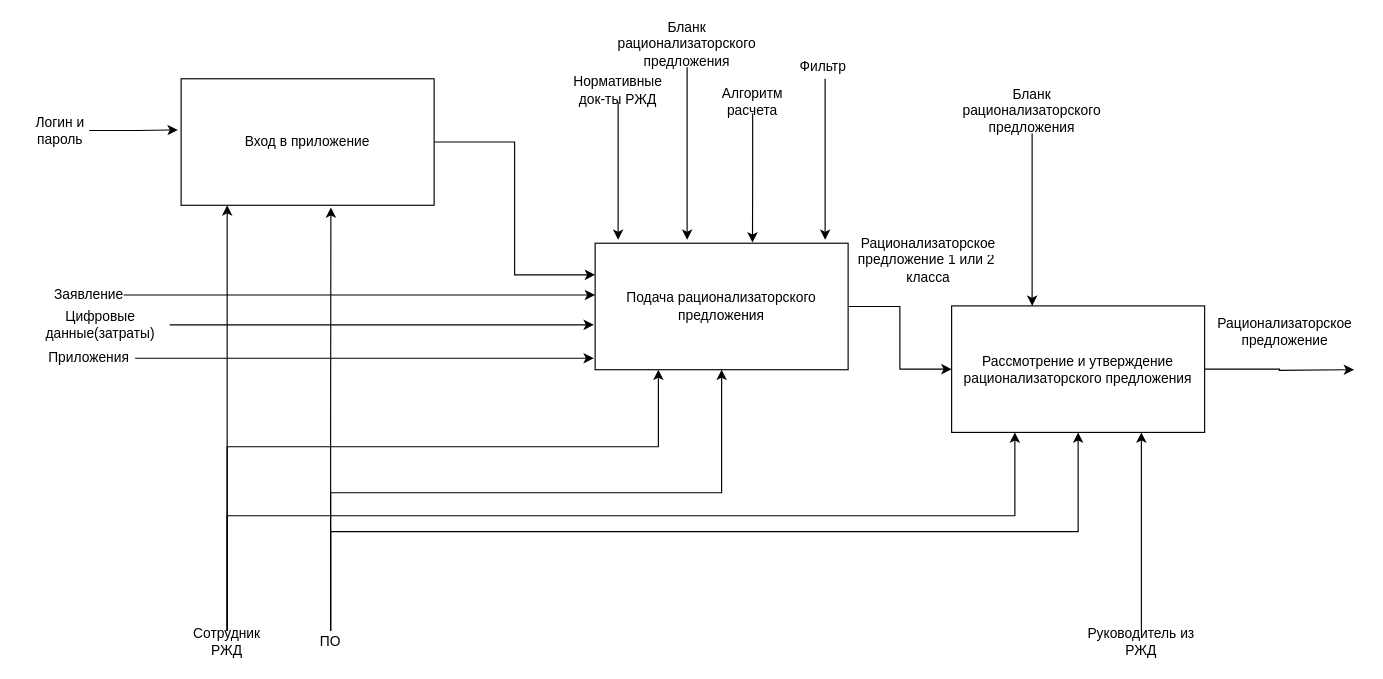
Before: page "IDEF0 декомпозиция" (2 of 5) of IDEF0.drawio in Ideas-maker/diagram, a draw.io diagram. Source tidied: cells renumbered, new cells numbered last; positions are measured from the earlier drawing's top-left corner, leaving out a move shared by most shapes. Both pictures are drawn from the tidied source at 115%, with x=0, y=0 at pixel (31, 21).
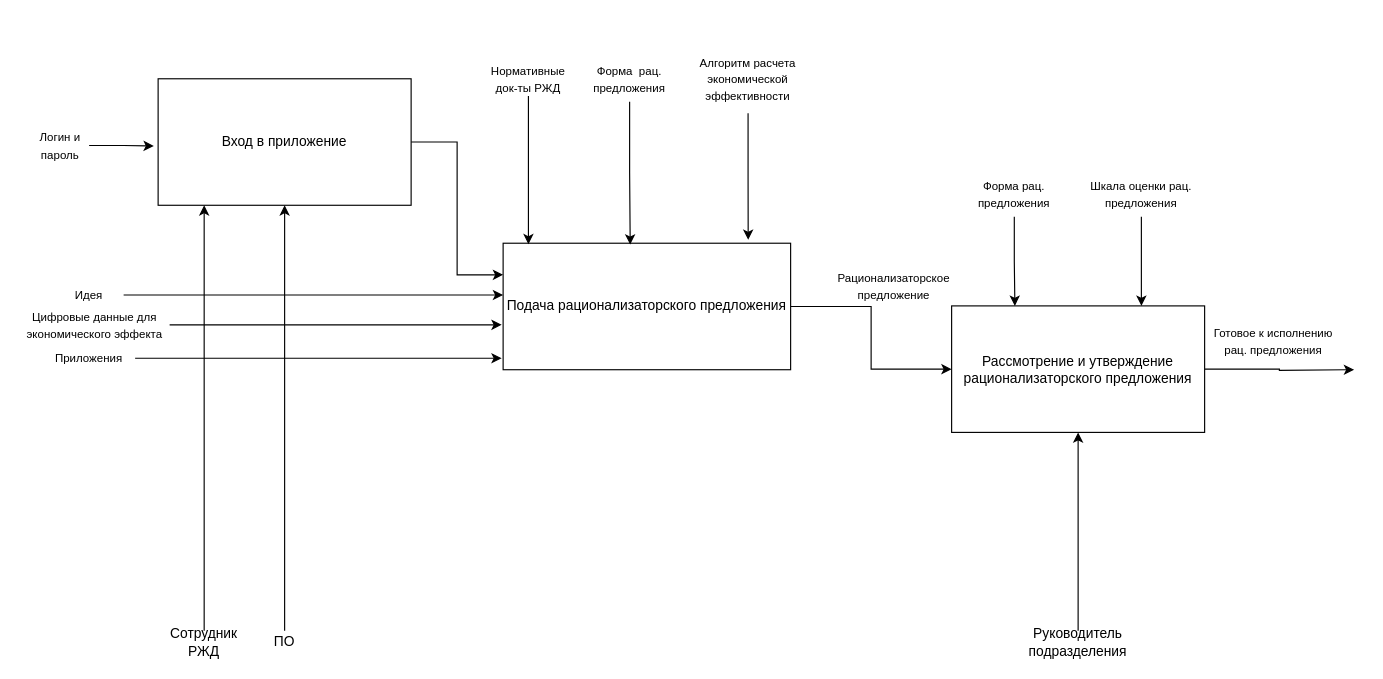
The same page after the edit.

Unchanged cells that the change refers to:
```xml
<mxCell id="7" value="&lt;font style=&quot;font-size: 12px&quot;&gt;Рассмотрение и утверждение рационализаторского предложения&lt;/font&gt;" style="rounded=0;whiteSpace=wrap;html=1;fontSize=10;" parent="1" vertex="1">
  <mxGeometry x="800" y="247.5" width="220" height="110" as="geometry" />
</mxCell>
```

What changed in the source:
```diff
@@
     <mxCell id="3" value="&lt;font style=&quot;font-size: 12px&quot;&gt;Вход в приложение&lt;/font&gt;" style="rounded=0;whiteSpace=wrap;html=1;fontSize=10;" parent="1" vertex="1">
-      <mxGeometry x="130" y="50" width="220" height="110" as="geometry" />
+      <mxGeometry x="110" y="50" width="220" height="110" as="geometry" />
     </mxCell>
@@
     <mxCell id="5" value="&lt;font style=&quot;font-size: 12px&quot;&gt;Подача рационализаторского предложения&lt;/font&gt;" style="rounded=0;whiteSpace=wrap;html=1;fontSize=10;" parent="1" vertex="1">
-      <mxGeometry x="490" y="193" width="220" height="110" as="geometry" />
+      <mxGeometry x="410" y="193" width="250" height="110" as="geometry" />
     </mxCell>
@@
-    <mxCell id="8" style="edgeStyle=orthogonalEdgeStyle;rounded=0;jettySize=auto;html=1;exitX=1;exitY=0.5;exitDx=0;exitDy=0;entryX=-0.013;entryY=0.404;entryDx=0;entryDy=0;entryPerimeter=0;fontSize=10;" parent="1" edge="1" source="9" target="3">
+    <mxCell id="8" style="edgeStyle=orthogonalEdgeStyle;rounded=0;jettySize=auto;html=1;exitX=1;exitY=0.5;exitDx=0;exitDy=0;fontSize=10;entryX=-0.017;entryY=0.532;entryDx=0;entryDy=0;entryPerimeter=0;" parent="1" edge="1" source="9" target="3">
       <mxGeometry relative="1" as="geometry" />
     </mxCell>
-    <mxCell id="9" value="Логин и пароль" style="text;html=1;strokeColor=none;fillColor=none;align=center;verticalAlign=middle;whiteSpace=wrap;rounded=0;fontSize=12;" parent="1" vertex="1">
-      <mxGeometry y="85" width="50" height="20" as="geometry" />
+    <mxCell id="9" value="&lt;font style=&quot;font-size: 10px&quot;&gt;Логин и пароль&lt;/font&gt;" style="text;html=1;strokeColor=none;fillColor=none;align=center;verticalAlign=middle;whiteSpace=wrap;rounded=0;fontSize=12;" parent="1" vertex="1">
+      <mxGeometry y="98" width="50" height="20" as="geometry" />
     </mxCell>
@@
-    <mxCell id="11" style="edgeStyle=orthogonalEdgeStyle;rounded=0;jettySize=auto;html=1;exitX=0.5;exitY=0;exitDx=0;exitDy=0;entryX=0.25;entryY=1;entryDx=0;entryDy=0;fontSize=12;" parent="1" edge="1" source="13" target="5">
-      <mxGeometry relative="1" as="geometry">
-        <Array as="points">
-          <mxPoint x="170" y="370" />
-          <mxPoint x="545" y="370" />
-        </Array>
-      </mxGeometry>
-    </mxCell>
-    <mxCell id="12" style="edgeStyle=orthogonalEdgeStyle;rounded=0;jettySize=auto;html=1;exitX=0.5;exitY=0;exitDx=0;exitDy=0;entryX=0.25;entryY=1;entryDx=0;entryDy=0;fontSize=12;" parent="1" edge="1" source="13" target="7">
-      <mxGeometry relative="1" as="geometry">
-        <Array as="points">
-          <mxPoint x="170" y="430" />
-          <mxPoint x="855" y="430" />
-        </Array>
-      </mxGeometry>
-    </mxCell>
     <mxCell id="13" value="Сотрудник РЖД" style="text;html=1;strokeColor=none;fillColor=none;align=center;verticalAlign=middle;whiteSpace=wrap;rounded=0;fontSize=12;" parent="1" vertex="1">
-      <mxGeometry x="150" y="530" width="40" height="20" as="geometry" />
+      <mxGeometry x="130" y="530" width="40" height="20" as="geometry" />
     </mxCell>
-    <mxCell id="14" style="edgeStyle=orthogonalEdgeStyle;rounded=0;jettySize=auto;html=1;exitX=0.5;exitY=0;exitDx=0;exitDy=0;entryX=0.592;entryY=1.017;entryDx=0;entryDy=0;entryPerimeter=0;fontSize=12;" parent="1" edge="1" source="17" target="3">
+    <mxCell id="14" style="edgeStyle=orthogonalEdgeStyle;rounded=0;jettySize=auto;html=1;exitX=0.5;exitY=0;exitDx=0;exitDy=0;fontSize=10;" parent="1" edge="1" source="17" target="3">
       <mxGeometry relative="1" as="geometry" />
     </mxCell>
-    <mxCell id="15" style="edgeStyle=orthogonalEdgeStyle;rounded=0;jettySize=auto;html=1;exitX=0.5;exitY=0;exitDx=0;exitDy=0;fontSize=12;" parent="1" edge="1" source="17" target="5">
-      <mxGeometry relative="1" as="geometry">
-        <Array as="points">
-          <mxPoint x="260" y="410" />
-          <mxPoint x="600" y="410" />
-        </Array>
-      </mxGeometry>
-    </mxCell>
-    <mxCell id="16" style="edgeStyle=orthogonalEdgeStyle;rounded=0;jettySize=auto;html=1;exitX=0.5;exitY=0;exitDx=0;exitDy=0;entryX=0.5;entryY=1;entryDx=0;entryDy=0;fontSize=12;" parent="1" edge="1" source="17" target="7">
-      <mxGeometry relative="1" as="geometry" />
-    </mxCell>
     <mxCell id="17" value="ПО" style="text;html=1;strokeColor=none;fillColor=none;align=center;verticalAlign=middle;whiteSpace=wrap;rounded=0;fontSize=12;" parent="1" vertex="1">
-      <mxGeometry x="240" y="530" width="40" height="20" as="geometry" />
+      <mxGeometry x="200" y="530" width="40" height="20" as="geometry" />
     </mxCell>
-    <mxCell id="18" style="edgeStyle=orthogonalEdgeStyle;rounded=0;jettySize=auto;html=1;entryX=0;entryY=0.5;entryDx=0;entryDy=0;fontSize=12;" parent="1" edge="1" source="19">
+    <mxCell id="18" style="edgeStyle=orthogonalEdgeStyle;rounded=0;jettySize=auto;html=1;fontSize=12;" parent="1" edge="1" source="19">
       <mxGeometry relative="1" as="geometry">
-        <mxPoint x="490" y="238" as="targetPoint" />
+        <mxPoint x="410" y="238" as="targetPoint" />
       </mxGeometry>
     </mxCell>
-    <mxCell id="19" value="Заявление" style="text;html=1;strokeColor=none;fillColor=none;align=center;verticalAlign=middle;whiteSpace=wrap;rounded=0;fontSize=12;" parent="1" vertex="1">
+    <mxCell id="19" value="&lt;font style=&quot;font-size: 10px&quot;&gt;Идея&lt;/font&gt;" style="text;html=1;strokeColor=none;fillColor=none;align=center;verticalAlign=middle;whiteSpace=wrap;rounded=0;fontSize=12;" parent="1" vertex="1">
       <mxGeometry x="20" y="228" width="60" height="20" as="geometry" />
     </mxCell>
@@
-    <mxCell id="21" value="Цифровые данные(затраты)" style="text;html=1;strokeColor=none;fillColor=none;align=center;verticalAlign=middle;whiteSpace=wrap;rounded=0;fontSize=12;" parent="1" vertex="1">
-      <mxGeometry y="248" width="120" height="32" as="geometry" />
+    <mxCell id="21" value="&lt;font style=&quot;font-size: 10px&quot;&gt;Цифровые данные для экономического эффекта&lt;/font&gt;" style="text;html=1;strokeColor=none;fillColor=none;align=center;verticalAlign=middle;whiteSpace=wrap;rounded=0;fontSize=12;" parent="1" vertex="1">
+      <mxGeometry x="-10" y="248" width="130" height="32" as="geometry" />
     </mxCell>
-    <mxCell id="22" style="edgeStyle=orthogonalEdgeStyle;rounded=0;jettySize=auto;html=1;fontSize=12;" parent="1" edge="1" source="23">
-      <mxGeometry relative="1" as="geometry">
-        <mxPoint x="510" y="190" as="targetPoint" />
-      </mxGeometry>
-    </mxCell>
+    <mxCell id="38" style="edgeStyle=orthogonalEdgeStyle;rounded=0;jettySize=auto;html=1;exitX=0.5;exitY=1;exitDx=0;exitDy=0;entryX=0.088;entryY=0.008;entryDx=0;entryDy=0;entryPerimeter=0;fontSize=10;" parent="1" edge="1" source="23" target="5">
+      <mxGeometry relative="1" as="geometry" />
+    </mxCell>
-    <mxCell id="23" value="Нормативные док-ты РЖД" style="text;html=1;strokeColor=none;fillColor=none;align=center;verticalAlign=middle;whiteSpace=wrap;rounded=0;fontSize=12;" parent="1" vertex="1">
-      <mxGeometry x="490" y="50" width="40" height="20" as="geometry" />
+    <mxCell id="23" value="&lt;font style=&quot;font-size: 10px&quot;&gt;Нормативные док-ты РЖД&lt;/font&gt;" style="text;html=1;strokeColor=none;fillColor=none;align=center;verticalAlign=middle;whiteSpace=wrap;rounded=0;fontSize=12;" parent="1" vertex="1">
+      <mxGeometry x="397" y="35" width="70" height="30" as="geometry" />
     </mxCell>
-    <mxCell id="24" style="edgeStyle=orthogonalEdgeStyle;rounded=0;jettySize=auto;html=1;exitX=0.5;exitY=1;exitDx=0;exitDy=0;fontSize=12;" parent="1" edge="1" source="25">
-      <mxGeometry relative="1" as="geometry">
-        <mxPoint x="570" y="190" as="targetPoint" />
-      </mxGeometry>
-    </mxCell>
+    <mxCell id="39" style="edgeStyle=orthogonalEdgeStyle;rounded=0;jettySize=auto;html=1;exitX=0.5;exitY=1;exitDx=0;exitDy=0;fontSize=10;entryX=0.442;entryY=0.011;entryDx=0;entryDy=0;entryPerimeter=0;" parent="1" edge="1" source="25" target="5">
+      <mxGeometry relative="1" as="geometry" />
+    </mxCell>
-    <mxCell id="25" value="Бланк рационализаторского предложения" style="text;html=1;strokeColor=none;fillColor=none;align=center;verticalAlign=middle;whiteSpace=wrap;rounded=0;fontSize=12;" parent="1" vertex="1">
-      <mxGeometry x="500" width="140" height="40" as="geometry" />
+    <mxCell id="25" value="&lt;font style=&quot;font-size: 10px&quot;&gt;Форма&amp;nbsp; рац. предложения&lt;/font&gt;" style="text;html=1;strokeColor=none;fillColor=none;align=center;verticalAlign=middle;whiteSpace=wrap;rounded=0;fontSize=12;" parent="1" vertex="1">
+      <mxGeometry x="470" y="30" width="100" height="40" as="geometry" />
     </mxCell>
-    <mxCell id="26" style="edgeStyle=orthogonalEdgeStyle;rounded=0;jettySize=auto;html=1;exitX=0.5;exitY=1;exitDx=0;exitDy=0;entryX=0.622;entryY=-0.005;entryDx=0;entryDy=0;entryPerimeter=0;fontSize=12;" parent="1" edge="1" source="27" target="5">
-      <mxGeometry relative="1" as="geometry" />
-    </mxCell>
+    <mxCell id="40" style="edgeStyle=orthogonalEdgeStyle;rounded=0;jettySize=auto;html=1;exitX=0.5;exitY=1;exitDx=0;exitDy=0;fontSize=10;" parent="1" edge="1" source="27">
+      <mxGeometry relative="1" as="geometry">
+        <mxPoint x="623.1" y="190" as="targetPoint" />
+      </mxGeometry>
+    </mxCell>
-    <mxCell id="27" value="Алгоритм расчета" style="text;html=1;strokeColor=none;fillColor=none;align=center;verticalAlign=middle;whiteSpace=wrap;rounded=0;fontSize=12;" parent="1" vertex="1">
-      <mxGeometry x="607" y="60" width="40" height="20" as="geometry" />
+    <mxCell id="27" value="&lt;font style=&quot;font-size: 10px&quot;&gt;Алгоритм расчета экономической эффективности&lt;/font&gt;" style="text;html=1;strokeColor=none;fillColor=none;align=center;verticalAlign=middle;whiteSpace=wrap;rounded=0;fontSize=12;" parent="1" vertex="1">
+      <mxGeometry x="570" y="20" width="106" height="60" as="geometry" />
     </mxCell>
-    <mxCell id="28" style="edgeStyle=orthogonalEdgeStyle;rounded=0;jettySize=auto;html=1;fontSize=12;" parent="1" edge="1" source="29">
-      <mxGeometry relative="1" as="geometry">
-        <mxPoint x="690" y="190" as="targetPoint" />
-      </mxGeometry>
-    </mxCell>
-    <mxCell id="29" value="Фильтр&amp;nbsp;" style="text;html=1;strokeColor=none;fillColor=none;align=center;verticalAlign=middle;whiteSpace=wrap;rounded=0;fontSize=12;" parent="1" vertex="1">
-      <mxGeometry x="670" y="30" width="40" height="20" as="geometry" />
-    </mxCell>
-    <mxCell id="30" value="Рационализаторское предложение 1 или 2&amp;nbsp; класса" style="text;html=1;strokeColor=none;fillColor=none;align=center;verticalAlign=middle;whiteSpace=wrap;rounded=0;fontSize=12;" parent="1" vertex="1">
-      <mxGeometry x="710" y="188" width="140" height="40" as="geometry" />
+    <mxCell id="30" value="&lt;font style=&quot;font-size: 10px&quot;&gt;Рационализаторское предложение&lt;/font&gt;" style="text;html=1;strokeColor=none;fillColor=none;align=center;verticalAlign=middle;whiteSpace=wrap;rounded=0;fontSize=12;" parent="1" vertex="1">
+      <mxGeometry x="680" y="210" width="140" height="40" as="geometry" />
     </mxCell>
-    <mxCell id="31" style="edgeStyle=orthogonalEdgeStyle;rounded=0;jettySize=auto;html=1;exitX=0.5;exitY=0;exitDx=0;exitDy=0;entryX=0.75;entryY=1;entryDx=0;entryDy=0;fontSize=12;" parent="1" edge="1" source="32" target="7">
+    <mxCell id="31" style="edgeStyle=orthogonalEdgeStyle;rounded=0;jettySize=auto;html=1;exitX=0.5;exitY=0;exitDx=0;exitDy=0;entryX=0.5;entryY=1;entryDx=0;entryDy=0;fontSize=12;" parent="1" edge="1" source="32" target="7">
       <mxGeometry relative="1" as="geometry" />
     </mxCell>
-    <mxCell id="32" value="Руководитель из РЖД" style="text;html=1;strokeColor=none;fillColor=none;align=center;verticalAlign=middle;whiteSpace=wrap;rounded=0;fontSize=12;" parent="1" vertex="1">
-      <mxGeometry x="915" y="530" width="100" height="20" as="geometry" />
+    <mxCell id="32" value="Руководитель подразделения" style="text;html=1;strokeColor=none;fillColor=none;align=center;verticalAlign=middle;whiteSpace=wrap;rounded=0;fontSize=12;" parent="1" vertex="1">
+      <mxGeometry x="860" y="530" width="100" height="20" as="geometry" />
     </mxCell>
@@
-    <mxCell id="34" value="Приложения" style="text;html=1;strokeColor=none;fillColor=none;align=center;verticalAlign=middle;whiteSpace=wrap;rounded=0;fontSize=12;" parent="1" vertex="1">
+    <mxCell id="34" value="&lt;font style=&quot;font-size: 10px&quot;&gt;Приложения&lt;/font&gt;" style="text;html=1;strokeColor=none;fillColor=none;align=center;verticalAlign=middle;whiteSpace=wrap;rounded=0;fontSize=12;" parent="1" vertex="1">
       <mxGeometry x="10" y="283" width="80" height="20" as="geometry" />
     </mxCell>
-    <mxCell id="35" value="Рационализаторское предложение" style="text;html=1;strokeColor=none;fillColor=none;align=center;verticalAlign=middle;whiteSpace=wrap;rounded=0;fontSize=12;" parent="1" vertex="1">
-      <mxGeometry x="1070" y="260" width="40" height="20" as="geometry" />
+    <mxCell id="35" value="&lt;font style=&quot;font-size: 10px&quot;&gt;Готовое к исполнению рац. предложения&lt;/font&gt;" style="text;html=1;strokeColor=none;fillColor=none;align=center;verticalAlign=middle;whiteSpace=wrap;rounded=0;fontSize=12;" parent="1" vertex="1">
+      <mxGeometry x="1025" y="263" width="110" height="30" as="geometry" />
     </mxCell>
-    <mxCell id="36" style="edgeStyle=orthogonalEdgeStyle;rounded=0;jettySize=auto;html=1;exitX=0.5;exitY=1;exitDx=0;exitDy=0;fontSize=12;" parent="1" edge="1" source="37">
-      <mxGeometry relative="1" as="geometry">
-        <mxPoint x="870" y="247.5" as="targetPoint" />
-      </mxGeometry>
+    <mxCell id="36" style="edgeStyle=orthogonalEdgeStyle;rounded=0;jettySize=auto;html=1;exitX=0.5;exitY=1;exitDx=0;exitDy=0;fontSize=12;entryX=0.25;entryY=0;entryDx=0;entryDy=0;" parent="1" edge="1" source="37" target="7">
+      <mxGeometry relative="1" as="geometry" />
     </mxCell>
-    <mxCell id="37" value="Бланк рационализаторского предложения" style="text;html=1;strokeColor=none;fillColor=none;align=center;verticalAlign=middle;whiteSpace=wrap;rounded=0;fontSize=12;" parent="1" vertex="1">
-      <mxGeometry x="800" y="57.5" width="140" height="40" as="geometry" />
+    <mxCell id="37" value="&lt;font style=&quot;font-size: 10px&quot;&gt;Форма рац. предложения&lt;/font&gt;" style="text;html=1;strokeColor=none;fillColor=none;align=center;verticalAlign=middle;whiteSpace=wrap;rounded=0;fontSize=12;" parent="1" vertex="1">
+      <mxGeometry x="812" y="130" width="85" height="40" as="geometry" />
     </mxCell>
+    <mxCell id="41" style="edgeStyle=orthogonalEdgeStyle;rounded=0;jettySize=auto;html=1;exitX=0.5;exitY=1;exitDx=0;exitDy=0;entryX=0.75;entryY=0;entryDx=0;entryDy=0;fontSize=10;" parent="1" edge="1" source="42" target="7">
+      <mxGeometry relative="1" as="geometry" />
+    </mxCell>
+    <mxCell id="42" value="&lt;font style=&quot;font-size: 10px&quot;&gt;Шкала оценки рац. предложения&lt;/font&gt;" style="text;html=1;strokeColor=none;fillColor=none;align=center;verticalAlign=middle;whiteSpace=wrap;rounded=0;fontSize=12;" parent="1" vertex="1">
+      <mxGeometry x="905" y="130" width="120" height="40" as="geometry" />
+    </mxCell>
```
